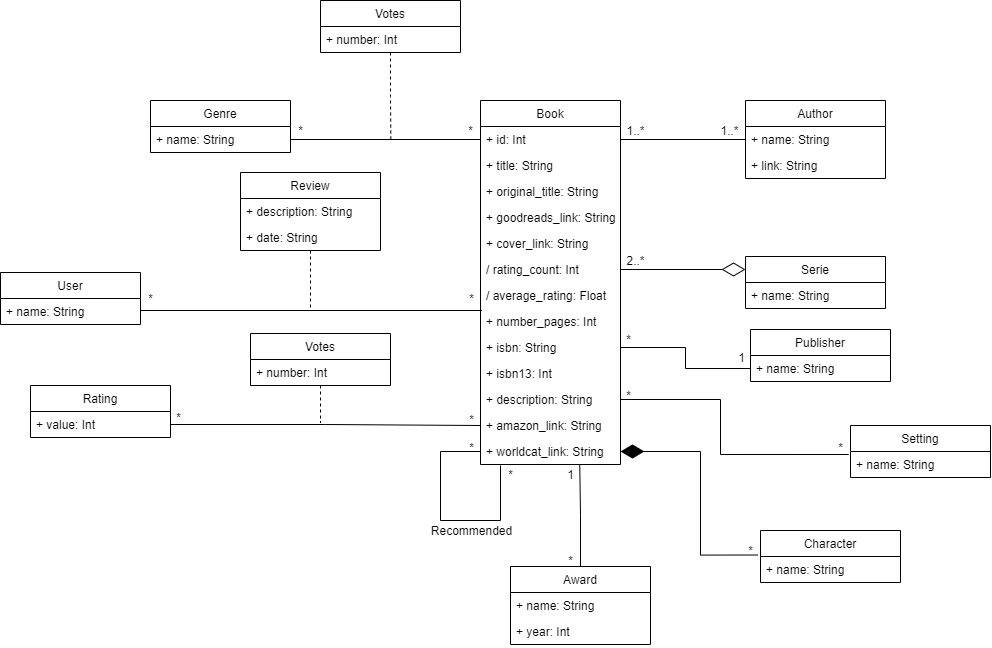
The draw.io diagram images/uml.png in diogohalmeida/FEUP-PRI-PROJ, before a commit. Source tidied: cells renumbered, new cells last; positions are measured from the earlier drawing's top-left corner, leaving out a move shared by most shapes.
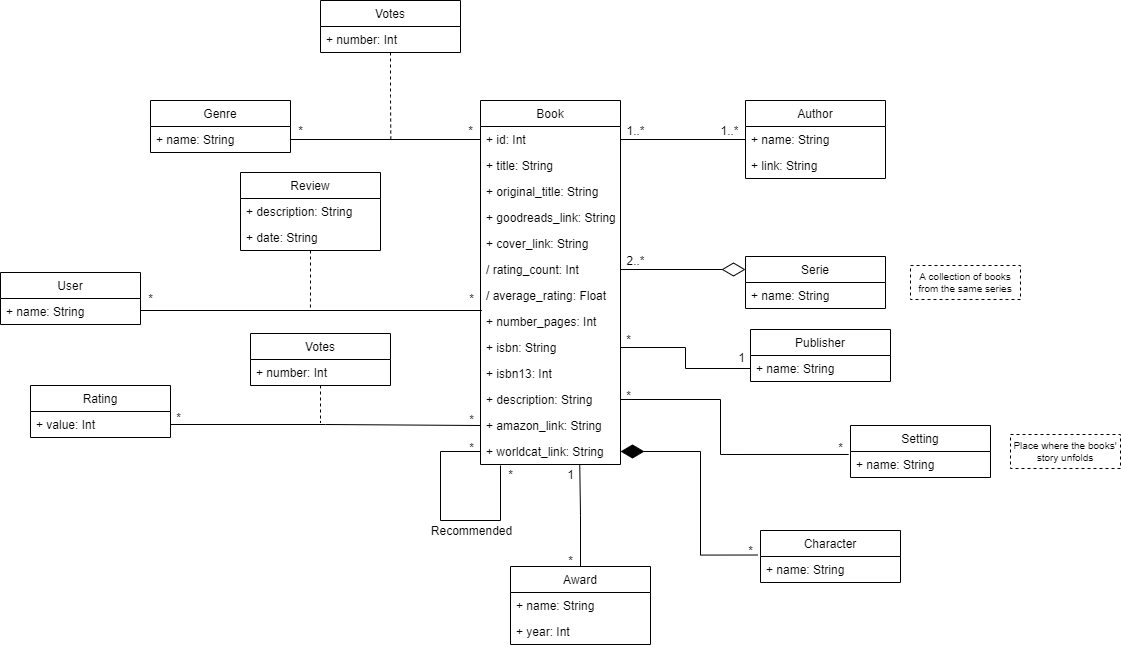
After the commit.

The edit, as a diff of the source:
```diff
@@ -241,5 +241,11 @@
         <mxPoint x="140" y="310" as="sourcePoint" />
       </mxGeometry>
     </mxCell>
+    <mxCell id="75" value="&lt;span&gt;A collection of books&lt;/span&gt;&lt;br&gt;&lt;span&gt;from the same series&lt;/span&gt;" style="rounded=0;whiteSpace=wrap;html=1;dashed=1;fontSize=10;" parent="1" vertex="1">
+      <mxGeometry x="910" y="265" width="110" height="34" as="geometry" />
+    </mxCell>
+    <mxCell id="76" value="Place where the books' story unfolds" style="rounded=0;whiteSpace=wrap;html=1;dashed=1;fontSize=10;" parent="1" vertex="1">
+      <mxGeometry x="1010" y="434" width="110" height="34" as="geometry" />
+    </mxCell>
   </root>
 </mxGraphModel>
```
